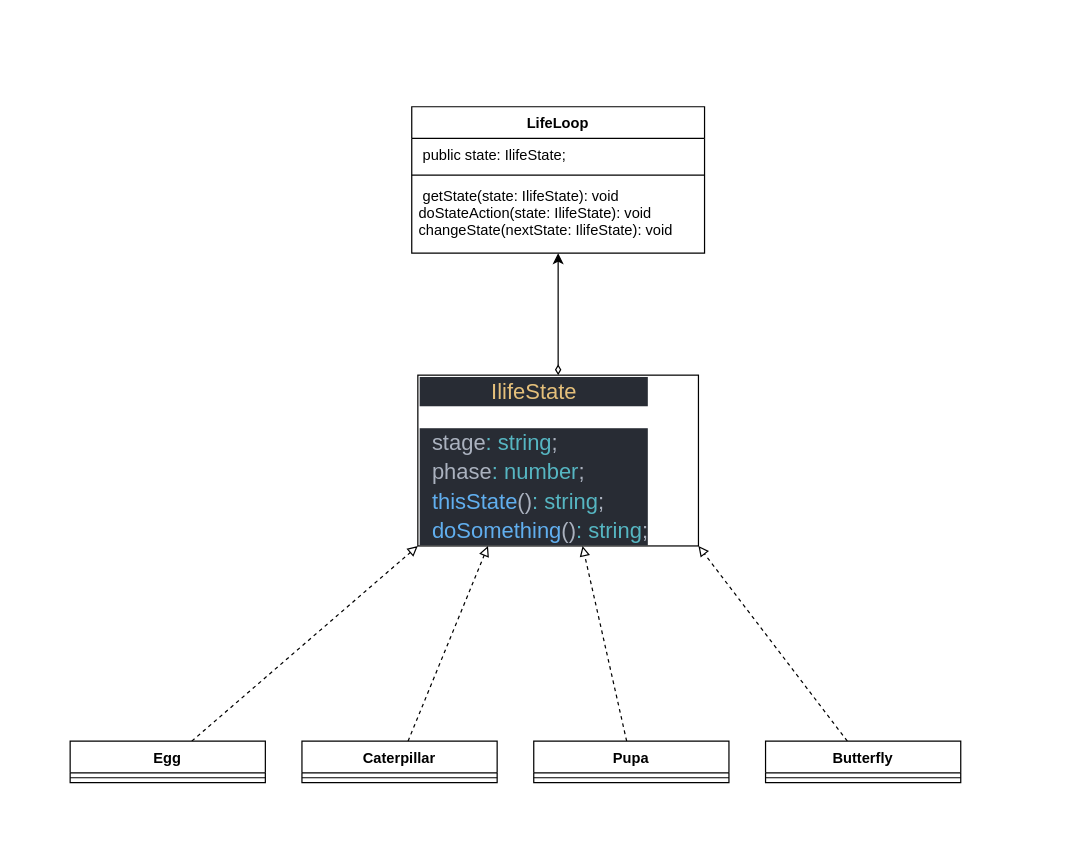
The draw.io diagram Behaviour/State/state.drawio in danil-jpg/MyPatterns, before the edit. Source tidied: cells renumbered, new cells numbered last; positions are measured from the earlier drawing's top-left corner, leaving out a move shared by most shapes. Both pictures are drawn from the tidied source at 122%, with x=0, y=0 at pixel (70, 106).
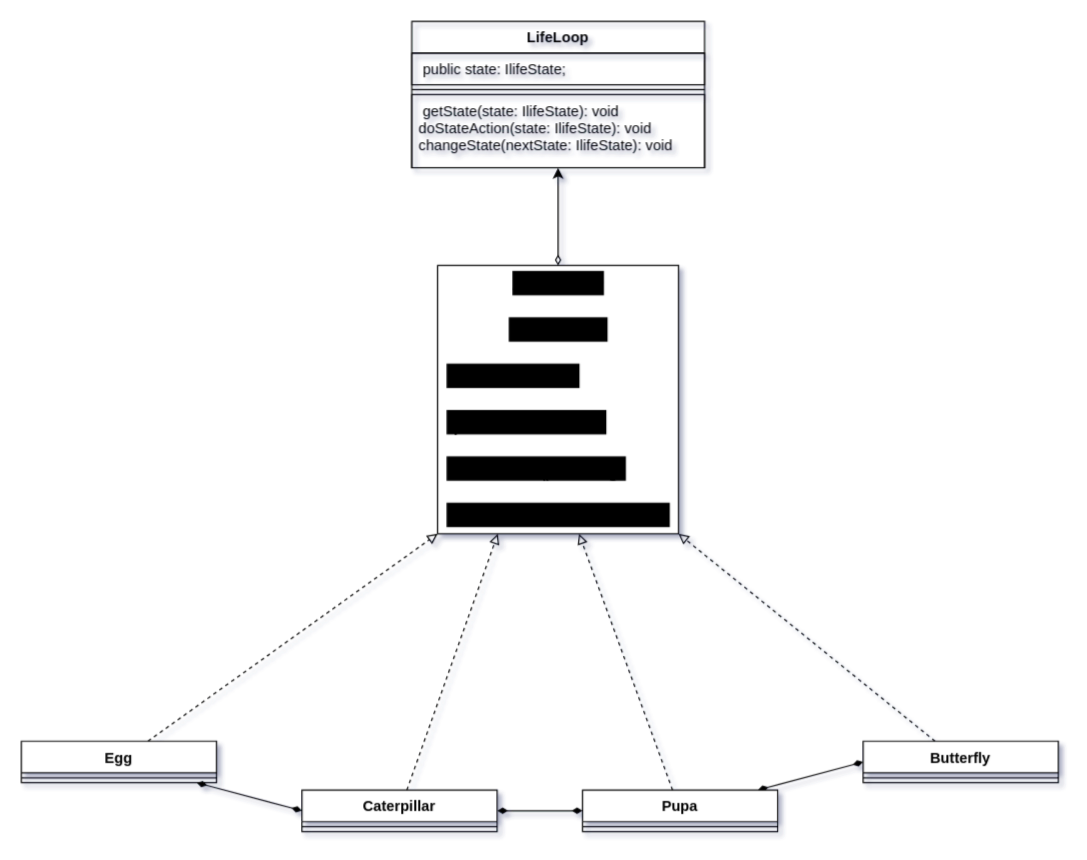
The same diagram, later.

Commit message (it also covers changes not shown here):
reworked state pattern,small changes in other patt

Change to the diagram source:
```diff
@@
-<mxGraphModel>
+<mxGraphModel shadow="1">
@@
-    <mxCell id="2" value="LifeLoop" style="swimlane;fontStyle=1;align=center;verticalAlign=top;horizontal=1;startSize=26;" parent="1" vertex="1">
-      <mxGeometry x="280" width="240" height="120" as="geometry" />
+    <mxCell id="2" value="LifeLoop" style="swimlane;fontStyle=1;align=center;verticalAlign=top;horizontal=1;startSize=26;fillColor=none;strokeColor=default;" parent="1" vertex="1">
+      <mxGeometry x="280" y="-70" width="240" height="120" as="geometry" />
     </mxCell>
-    <mxCell id="3" value=" public state: IlifeState;" style="text;strokeColor=none;fillColor=none;align=left;verticalAlign=top;spacingLeft=4;spacingRight=4;overflow=hidden;" parent="2" vertex="1">
+    <mxCell id="3" value=" public state: IlifeState;" style="text;strokeColor=default;fillColor=none;align=left;verticalAlign=top;spacingLeft=4;spacingRight=4;overflow=hidden;" parent="2" vertex="1">
       <mxGeometry y="26" width="240" height="26" as="geometry" />
     </mxCell>
-    <mxCell id="4" style="line;strokeWidth=1;fillColor=none;align=left;verticalAlign=middle;spacingTop=-1;spacingLeft=3;spacingRight=3;labelPosition=right;" parent="2" vertex="1">
+    <mxCell id="4" style="line;strokeWidth=1;fillColor=none;align=left;verticalAlign=middle;spacingTop=-1;spacingLeft=3;spacingRight=3;labelPosition=right;strokeColor=default;" parent="2" vertex="1">
       <mxGeometry y="52" width="240" height="8" as="geometry" />
     </mxCell>
-    <mxCell id="5" value=" getState(state: IlifeState): void&#10;doStateAction(state: IlifeState): void&#10;changeState(nextState: IlifeState): void" style="text;strokeColor=none;fillColor=none;align=left;verticalAlign=top;spacingLeft=4;spacingRight=4;overflow=hidden;points=[[0,0.5],[1,0.5]];portConstraint=eastwest;" parent="2" vertex="1">
+    <mxCell id="5" value=" getState(state: IlifeState): void&#10;doStateAction(state: IlifeState): void&#10;changeState(nextState: IlifeState): void" style="text;strokeColor=default;fillColor=none;align=left;verticalAlign=top;spacingLeft=4;spacingRight=4;overflow=hidden;points=[[0,0.5],[1,0.5]];portConstraint=eastwest;" parent="2" vertex="1">
       <mxGeometry y="60" width="240" height="60" as="geometry" />
     </mxCell>
@@
+    <mxCell id="20" style="edgeStyle=none;html=1;entryX=0;entryY=0.5;entryDx=0;entryDy=0;startArrow=diamondThin;startFill=1;endArrow=diamondThin;endFill=1;" parent="1" edge="1" source="7" target="16">
+      <mxGeometry relative="1" as="geometry" />
+    </mxCell>
     <mxCell id="7" value="Pupa" style="swimlane;fontStyle=1;align=center;verticalAlign=top;horizontal=1;startSize=26;" parent="1" vertex="1">
-      <mxGeometry x="380" y="520" width="160" height="34" as="geometry" />
+      <mxGeometry x="420" y="560" width="160" height="34" as="geometry" />
     </mxCell>
@@
+    <mxCell id="21" style="edgeStyle=none;html=1;entryX=0;entryY=0.5;entryDx=0;entryDy=0;startArrow=diamondThin;startFill=1;endArrow=diamondThin;endFill=1;" parent="1" edge="1" source="10" target="7">
+      <mxGeometry relative="1" as="geometry" />
+    </mxCell>
     <mxCell id="10" value="Caterpillar" style="swimlane;fontStyle=1;align=center;verticalAlign=top;horizontal=1;startSize=26;" parent="1" vertex="1">
-      <mxGeometry x="190" y="520" width="160" height="34" as="geometry" />
+      <mxGeometry x="190" y="560" width="160" height="34" as="geometry" />
     </mxCell>
@@
+    <mxCell id="22" style="edgeStyle=none;html=1;entryX=0;entryY=0.5;entryDx=0;entryDy=0;startArrow=diamondThin;startFill=1;endArrow=diamondThin;endFill=1;" parent="1" edge="1" source="13" target="10">
+      <mxGeometry relative="1" as="geometry" />
+    </mxCell>
     <mxCell id="13" value="Egg" style="swimlane;fontStyle=1;align=center;verticalAlign=top;horizontal=1;startSize=26;" parent="1" vertex="1">
-      <mxGeometry y="520" width="160" height="34" as="geometry" />
+      <mxGeometry x="-40" y="520" width="160" height="34" as="geometry" />
     </mxCell>
@@
     <mxCell id="16" value="Butterfly" style="swimlane;fontStyle=1;align=center;verticalAlign=top;horizontal=1;startSize=26;" parent="1" vertex="1">
-      <mxGeometry x="570" y="520" width="160" height="34" as="geometry" />
+      <mxGeometry x="650" y="520" width="160" height="34" as="geometry" />
     </mxCell>
@@
-    <mxCell id="19" value="&lt;p style=&quot;text-align: center ; color: rgb(171 , 178 , 191) ; background-color: rgb(40 , 44 , 52) ; font-size: 18px ; line-height: 24px&quot;&gt;&lt;span style=&quot;color: #e5c07b&quot;&gt;IlifeState&lt;/span&gt;&lt;/p&gt;&lt;p style=&quot;color: rgb(171 , 178 , 191) ; background-color: rgb(40 , 44 , 52) ; font-size: 18px ; line-height: 24px&quot;&gt;&amp;nbsp; stage&lt;span style=&quot;color: rgb(86 , 182 , 194)&quot;&gt;:&lt;/span&gt; &lt;span style=&quot;color: rgb(86 , 182 , 194)&quot;&gt;string&lt;/span&gt;;&lt;br&gt;&amp;nbsp; phase&lt;span style=&quot;color: rgb(86 , 182 , 194)&quot;&gt;:&lt;/span&gt; &lt;span style=&quot;color: rgb(86 , 182 , 194)&quot;&gt;number&lt;/span&gt;;&lt;br&gt;&amp;nbsp; &lt;span style=&quot;color: rgb(97 , 175 , 239)&quot;&gt;thisState&lt;/span&gt;()&lt;span style=&quot;color: rgb(86 , 182 , 194)&quot;&gt;:&lt;/span&gt; &lt;span style=&quot;color: rgb(86 , 182 , 194)&quot;&gt;string&lt;/span&gt;;&lt;br&gt;&amp;nbsp; &lt;span style=&quot;color: rgb(97 , 175 , 239)&quot;&gt;doSomething&lt;/span&gt;()&lt;span style=&quot;color: rgb(86 , 182 , 194)&quot;&gt;:&lt;/span&gt; &lt;span style=&quot;color: rgb(86 , 182 , 194)&quot;&gt;string&lt;/span&gt;;&lt;/p&gt;" style="html=1;align=left;" parent="1" vertex="1">
-      <mxGeometry x="285" y="220" width="230" height="140" as="geometry" />
+    <mxCell id="19" value="&lt;p style=&quot;line-height: 24px&quot;&gt;&lt;span style=&quot;font-size: 18px ; background-color: rgb(0 , 0 , 0)&quot;&gt;&lt;b&gt;&lt;i&gt;Interface&lt;/i&gt;&lt;/b&gt;&lt;/span&gt;&lt;/p&gt;&lt;p style=&quot;line-height: 24px&quot;&gt;&lt;span style=&quot;font-size: 18px ; background-color: rgb(0 , 0 , 0)&quot;&gt;&lt;b&gt;&lt;i&gt;&amp;nbsp;IlifeState&lt;/i&gt;&lt;/b&gt;&lt;/span&gt;&lt;/p&gt;&lt;p style=&quot;text-align: left ; line-height: 24px&quot;&gt;&lt;span style=&quot;font-size: 18px ; background-color: rgb(0 , 0 , 0)&quot;&gt;&amp;nbsp;stage: string;&lt;/span&gt;&lt;/p&gt;&lt;p style=&quot;text-align: left ; line-height: 24px&quot;&gt;&lt;span style=&quot;font-size: 18px ; background-color: rgb(0 , 0 , 0)&quot;&gt;&amp;nbsp;phase: number;&lt;/span&gt;&lt;/p&gt;&lt;p style=&quot;text-align: left ; line-height: 24px&quot;&gt;&lt;span style=&quot;font-size: 18px ; background-color: rgb(0 , 0 , 0)&quot;&gt;&amp;nbsp;thisState(): string;&lt;/span&gt;&lt;/p&gt;&lt;p style=&quot;text-align: left ; line-height: 24px&quot;&gt;&lt;span style=&quot;font-size: 18px ; background-color: rgb(0 , 0 , 0)&quot;&gt;&amp;nbsp;doSomething(): string;&lt;/span&gt;&lt;br&gt;&lt;/p&gt;" style="html=1;align=center;" parent="1" vertex="1">
+      <mxGeometry x="301.2" y="130" width="197.5" height="220" as="geometry" />
     </mxCell>
```
